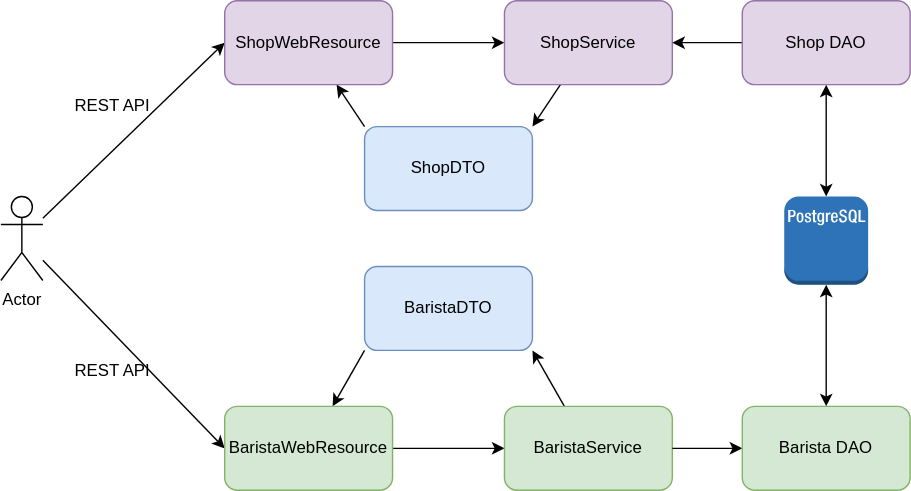
cafedemo/modulith keeps this draw.io diagram as docs/dataflow.svg. Above is the earlier version. Source tidied: cells renumbered, new cells last; positions are measured from the earlier drawing's top-left corner, leaving out a move shared by most shapes.
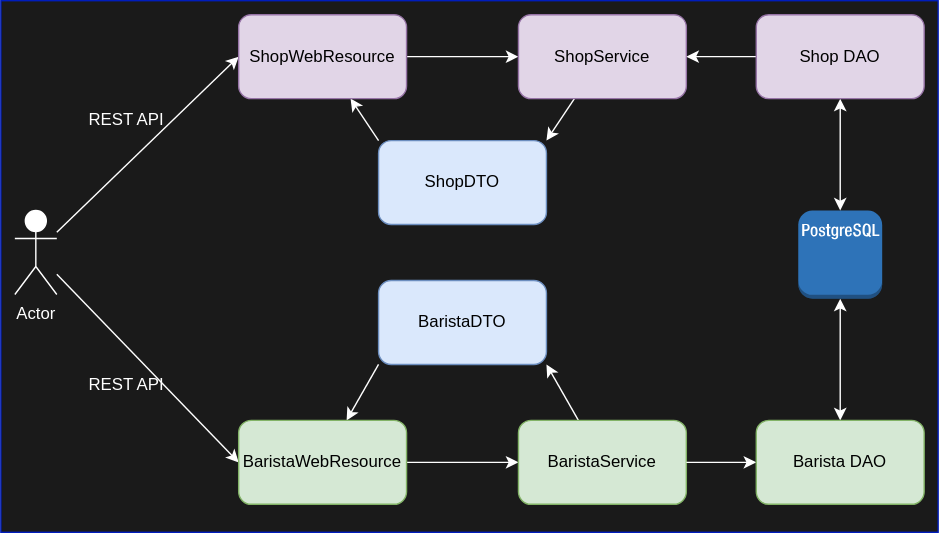
After the commit.

What changed in the source:
```diff
@@ -2,28 +2,31 @@
   <root>
     <mxCell id="0" />
     <mxCell id="1" parent="0" />
+    <mxCell id="26" style="rounded=0;whiteSpace=wrap;html=1;fillColor=#1A1A1A;fontColor=#ffffff;strokeColor=#001DBC;" parent="1" vertex="1">
+      <mxGeometry x="-10" y="-10" width="670" height="380" as="geometry" />
+    </mxCell>
-    <mxCell id="2" style="rounded=0;jettySize=auto;html=1;entryX=0;entryY=0.5;entryDx=0;entryDy=0;" parent="1" edge="1" source="4" target="7">
+    <mxCell id="2" style="rounded=0;jettySize=auto;html=1;entryX=0;entryY=0.5;entryDx=0;entryDy=0;strokeColor=#FFFFFF;" parent="1" edge="1" source="4" target="7">
       <mxGeometry relative="1" as="geometry" />
     </mxCell>
-    <mxCell id="3" style="rounded=0;jettySize=auto;html=1;entryX=0;entryY=0.5;entryDx=0;entryDy=0;" parent="1" edge="1" source="4" target="10">
+    <mxCell id="3" style="rounded=0;jettySize=auto;html=1;entryX=0;entryY=0.5;entryDx=0;entryDy=0;strokeColor=#FFFFFF;" parent="1" edge="1" source="4" target="10">
       <mxGeometry relative="1" as="geometry" />
     </mxCell>
-    <mxCell id="4" value="Actor" style="shape=umlActor;verticalLabelPosition=bottom;verticalAlign=top;html=1;outlineConnect=0;" parent="1" vertex="1">
+    <mxCell id="4" value="Actor" style="shape=umlActor;verticalLabelPosition=bottom;verticalAlign=top;html=1;outlineConnect=0;fontColor=#FFFFFF;strokeColor=#FFFFFF;" parent="1" vertex="1">
       <mxGeometry y="140" width="30" height="60" as="geometry" />
     </mxCell>
-    <mxCell id="5" style="edgeStyle=orthogonalEdgeStyle;rounded=0;jettySize=auto;html=1;" parent="1" edge="1" source="7" target="14">
+    <mxCell id="5" style="edgeStyle=orthogonalEdgeStyle;rounded=0;jettySize=auto;html=1;strokeColor=#FFFFFF;" parent="1" edge="1" source="7" target="14">
       <mxGeometry relative="1" as="geometry" />
     </mxCell>
-    <mxCell id="6" style="rounded=0;jettySize=auto;html=1;entryX=0;entryY=0;entryDx=0;entryDy=0;startArrow=classic;startFill=1;endArrow=none;endFill=0;" parent="1" edge="1" source="7" target="11">
+    <mxCell id="6" style="rounded=0;jettySize=auto;html=1;entryX=0;entryY=0;entryDx=0;entryDy=0;startArrow=classic;startFill=1;endArrow=none;endFill=0;strokeColor=#FFFFFF;" parent="1" edge="1" source="7" target="11">
       <mxGeometry relative="1" as="geometry" />
     </mxCell>
     <mxCell id="7" value="ShopWebResource" style="rounded=1;whiteSpace=wrap;html=1;fillColor=#e1d5e7;strokeColor=#9673a6;" parent="1" vertex="1">
       <mxGeometry x="160" width="120" height="60" as="geometry" />
     </mxCell>
-    <mxCell id="8" style="rounded=0;jettySize=auto;html=1;entryX=0;entryY=1;entryDx=0;entryDy=0;startArrow=classic;startFill=1;endArrow=none;endFill=0;" parent="1" edge="1" source="10" target="12">
+    <mxCell id="8" style="rounded=0;jettySize=auto;html=1;entryX=0;entryY=1;entryDx=0;entryDy=0;startArrow=classic;startFill=1;endArrow=none;endFill=0;strokeColor=#FFFFFF;" parent="1" edge="1" source="10" target="12">
       <mxGeometry relative="1" as="geometry" />
     </mxCell>
-    <mxCell id="9" style="edgeStyle=orthogonalEdgeStyle;rounded=0;jettySize=auto;html=1;" parent="1" edge="1" source="10" target="17">
+    <mxCell id="9" style="edgeStyle=orthogonalEdgeStyle;rounded=0;jettySize=auto;html=1;strokeColor=#FFFFFF;" parent="1" edge="1" source="10" target="17">
       <mxGeometry relative="1" as="geometry" />
     </mxCell>
     <mxCell id="10" value="BaristaWebResource" style="rounded=1;whiteSpace=wrap;html=1;fillColor=#d5e8d4;strokeColor=#82b366;" parent="1" vertex="1">
@@ -35,16 +38,16 @@
     <mxCell id="12" value="BaristaDTO" style="rounded=1;whiteSpace=wrap;html=1;fillColor=#dae8fc;strokeColor=#6c8ebf;" parent="1" vertex="1">
       <mxGeometry x="260" y="190" width="120" height="60" as="geometry" />
     </mxCell>
-    <mxCell id="13" style="rounded=0;jettySize=auto;html=1;entryX=1;entryY=0;entryDx=0;entryDy=0;startArrow=none;startFill=0;" parent="1" edge="1" source="14" target="11">
+    <mxCell id="13" style="rounded=0;jettySize=auto;html=1;entryX=1;entryY=0;entryDx=0;entryDy=0;startArrow=none;startFill=0;strokeColor=#FFFFFF;" parent="1" edge="1" source="14" target="11">
       <mxGeometry relative="1" as="geometry" />
     </mxCell>
     <mxCell id="14" value="ShopService" style="rounded=1;whiteSpace=wrap;html=1;fillColor=#e1d5e7;strokeColor=#9673a6;" parent="1" vertex="1">
       <mxGeometry x="360" width="120" height="60" as="geometry" />
     </mxCell>
-    <mxCell id="15" style="rounded=0;jettySize=auto;html=1;entryX=1;entryY=1;entryDx=0;entryDy=0;startArrow=none;startFill=0;endArrow=classic;endFill=1;" parent="1" edge="1" source="17" target="12">
+    <mxCell id="15" style="rounded=0;jettySize=auto;html=1;entryX=1;entryY=1;entryDx=0;entryDy=0;startArrow=none;startFill=0;endArrow=classic;endFill=1;strokeColor=#FFFFFF;" parent="1" edge="1" source="17" target="12">
       <mxGeometry relative="1" as="geometry" />
     </mxCell>
-    <mxCell id="16" style="edgeStyle=orthogonalEdgeStyle;rounded=0;jettySize=auto;html=1;startArrow=classic;startFill=1;exitX=0.5;exitY=0;exitDx=0;exitDy=0;" parent="1" edge="1" source="23" target="18">
+    <mxCell id="16" style="edgeStyle=orthogonalEdgeStyle;rounded=0;jettySize=auto;html=1;startArrow=classic;startFill=1;exitX=0.5;exitY=0;exitDx=0;exitDy=0;strokeColor=#FFFFFF;" parent="1" edge="1" source="23" target="18">
       <mxGeometry relative="1" as="geometry" />
     </mxCell>
     <mxCell id="17" value="BaristaService" style="rounded=1;whiteSpace=wrap;html=1;fillColor=#d5e8d4;strokeColor=#82b366;" parent="1" vertex="1">
@@ -53,25 +56,25 @@
     <mxCell id="18" style="outlineConnect=0;dashed=0;verticalLabelPosition=bottom;verticalAlign=top;align=center;html=1;shape=mxgraph.aws3.postgre_sql_instance;fillColor=#2E73B8;gradientColor=none;" parent="1" vertex="1">
       <mxGeometry x="560" y="140" width="60" height="63" as="geometry" />
     </mxCell>
-    <mxCell id="19" style="edgeStyle=orthogonalEdgeStyle;rounded=0;jettySize=auto;html=1;entryX=0.5;entryY=0;entryDx=0;entryDy=0;entryPerimeter=0;startArrow=classic;startFill=1;exitX=0.5;exitY=1;exitDx=0;exitDy=0;" parent="1" edge="1" source="21" target="18">
+    <mxCell id="19" style="edgeStyle=orthogonalEdgeStyle;rounded=0;jettySize=auto;html=1;entryX=0.5;entryY=0;entryDx=0;entryDy=0;entryPerimeter=0;startArrow=classic;startFill=1;exitX=0.5;exitY=1;exitDx=0;exitDy=0;strokeColor=#FFFFFF;" parent="1" edge="1" source="21" target="18">
       <mxGeometry relative="1" as="geometry" />
     </mxCell>
-    <mxCell id="20" style="edgeStyle=orthogonalEdgeStyle;rounded=0;jettySize=auto;html=1;entryX=1;entryY=0.5;entryDx=0;entryDy=0;startArrow=none;startFill=0;" parent="1" edge="1" source="21" target="14">
+    <mxCell id="20" style="edgeStyle=orthogonalEdgeStyle;rounded=0;jettySize=auto;html=1;entryX=1;entryY=0.5;entryDx=0;entryDy=0;startArrow=none;startFill=0;strokeColor=#FFFFFF;" parent="1" edge="1" source="21" target="14">
       <mxGeometry relative="1" as="geometry" />
     </mxCell>
     <mxCell id="21" value="Shop DAO" style="rounded=1;whiteSpace=wrap;html=1;fillColor=#e1d5e7;strokeColor=#9673a6;" parent="1" vertex="1">
       <mxGeometry x="530" width="120" height="60" as="geometry" />
     </mxCell>
-    <mxCell id="22" style="edgeStyle=orthogonalEdgeStyle;rounded=0;jettySize=auto;html=1;startArrow=classic;startFill=1;endArrow=none;endFill=0;" parent="1" edge="1" source="23" target="17">
+    <mxCell id="22" style="edgeStyle=orthogonalEdgeStyle;rounded=0;jettySize=auto;html=1;startArrow=classic;startFill=1;endArrow=none;endFill=0;strokeColor=#FFFFFF;" parent="1" edge="1" source="23" target="17">
       <mxGeometry relative="1" as="geometry" />
     </mxCell>
     <mxCell id="23" value="Barista DAO" style="rounded=1;whiteSpace=wrap;html=1;fillColor=#d5e8d4;strokeColor=#82b366;" parent="1" vertex="1">
       <mxGeometry x="530" y="290" width="120" height="60" as="geometry" />
     </mxCell>
-    <mxCell id="24" value="REST API" style="text;html=1;strokeColor=none;fillColor=none;align=center;verticalAlign=middle;whiteSpace=wrap;rounded=0;" parent="1" vertex="1">
+    <mxCell id="24" value="REST API" style="text;html=1;strokeColor=none;fillColor=none;align=center;verticalAlign=middle;whiteSpace=wrap;rounded=0;fontColor=#FFFFFF;" parent="1" vertex="1">
       <mxGeometry x="50" y="60" width="60" height="30" as="geometry" />
     </mxCell>
-    <mxCell id="25" value="REST API" style="text;html=1;strokeColor=none;fillColor=none;align=center;verticalAlign=middle;whiteSpace=wrap;rounded=0;" parent="1" vertex="1">
+    <mxCell id="25" value="REST API" style="text;html=1;strokeColor=none;fillColor=none;align=center;verticalAlign=middle;whiteSpace=wrap;rounded=0;fontColor=#FFFFFF;" parent="1" vertex="1">
       <mxGeometry x="50" y="250" width="60" height="30" as="geometry" />
     </mxCell>
   </root>
```
